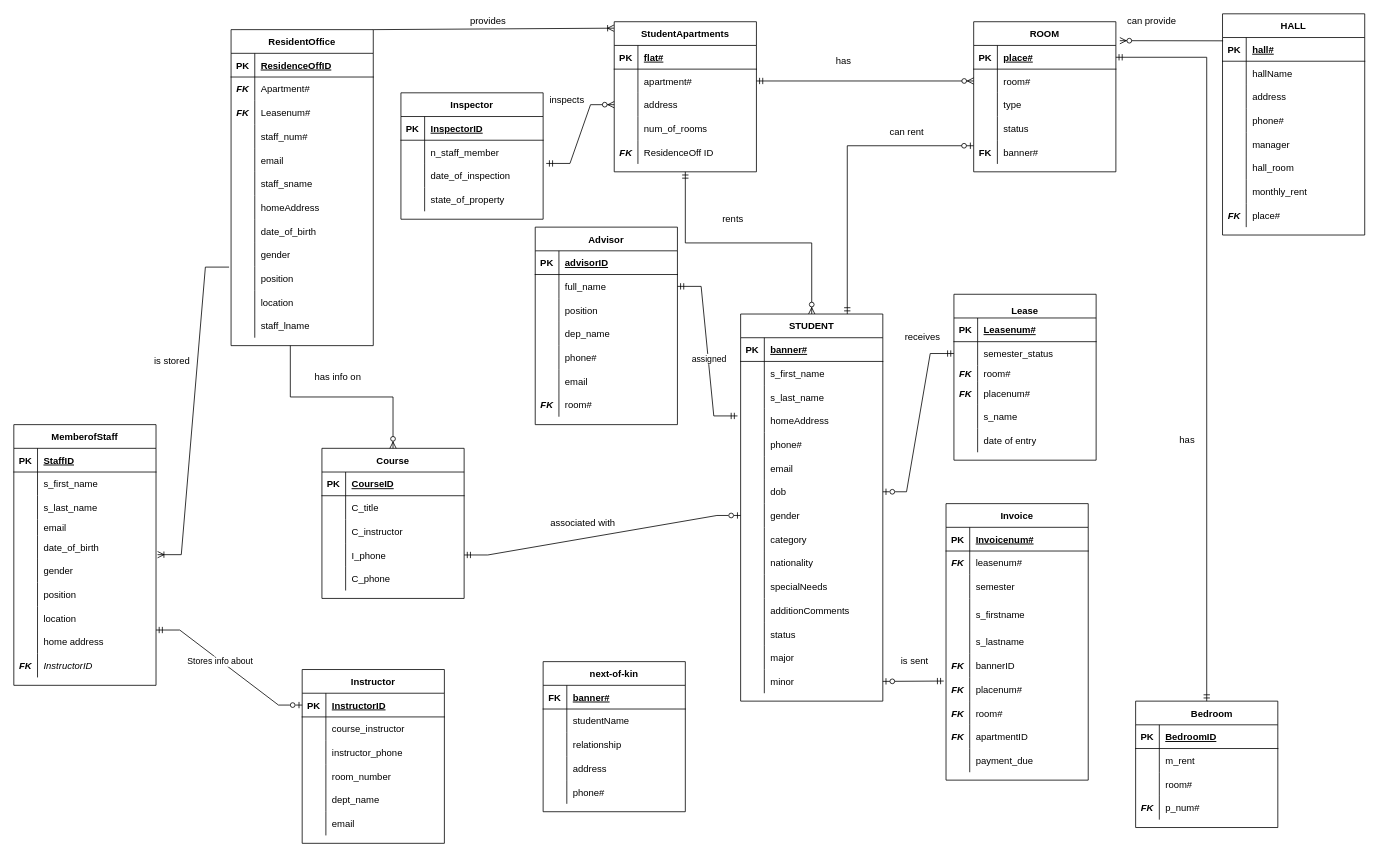
Above: Updated Semester Project.drawio in A-Hazzard/DRGNSTUDIO (draw.io), before the change. Source tidied: cells renumbered, new cells numbered last; positions are measured from the earlier drawing's top-left corner, leaving out a move shared by most shapes. Both pictures are drawn from the tidied source at 79%, with x=0, y=0 at pixel (13, 13).
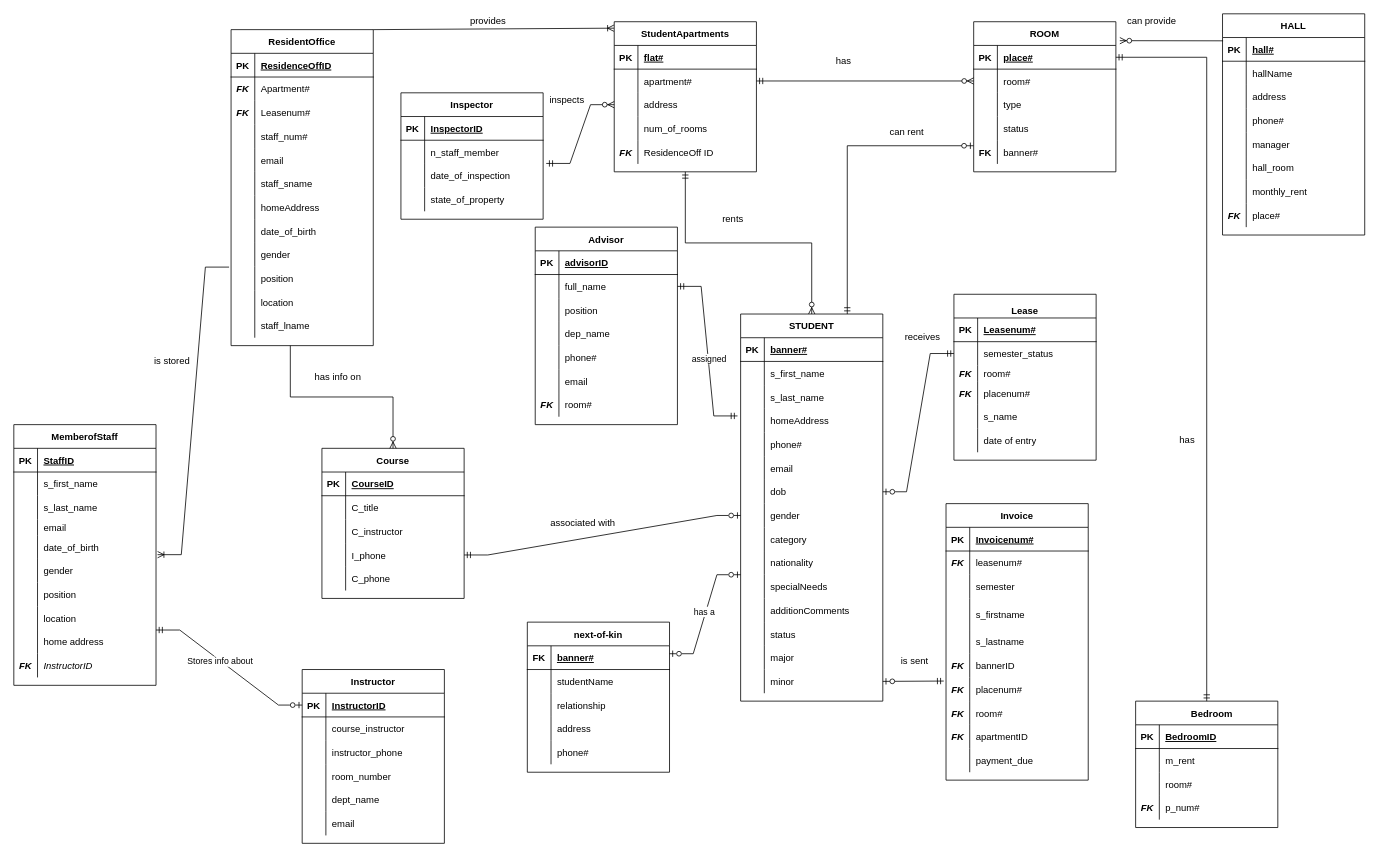
After the change.

Diff of the diagram source:
```diff
@@
     <mxCell id="334" value="next-of-kin" style="shape=table;startSize=30;childLayout=tableLayout;rowLines=0;fontStyle=1;align=center;" parent="1" vertex="1">
-      <mxGeometry x="670" y="820" width="180" height="190" as="geometry" />
+      <mxGeometry x="650" y="770" width="180" height="190" as="geometry" />
     </mxCell>
@@
+    <mxCell id="350" style="edgeStyle=entityRelationEdgeStyle;fontSize=12;html=1;endArrow=ERzeroToOne;endFill=0;rounded=0;startArrow=ERzeroToOne;startFill=0;" parent="1" edge="1">
+      <mxGeometry relative="1" as="geometry">
+        <mxPoint x="830" y="810" as="sourcePoint" />
+        <mxPoint x="920" y="710" as="targetPoint" />
+      </mxGeometry>
+    </mxCell>
+    <mxCell id="351" value="has a" style="edgeLabel;html=1;align=center;verticalAlign=middle;" parent="350" vertex="1">
+      <mxGeometry x="0.03" y="2" relative="1" as="geometry" />
+    </mxCell>
```
